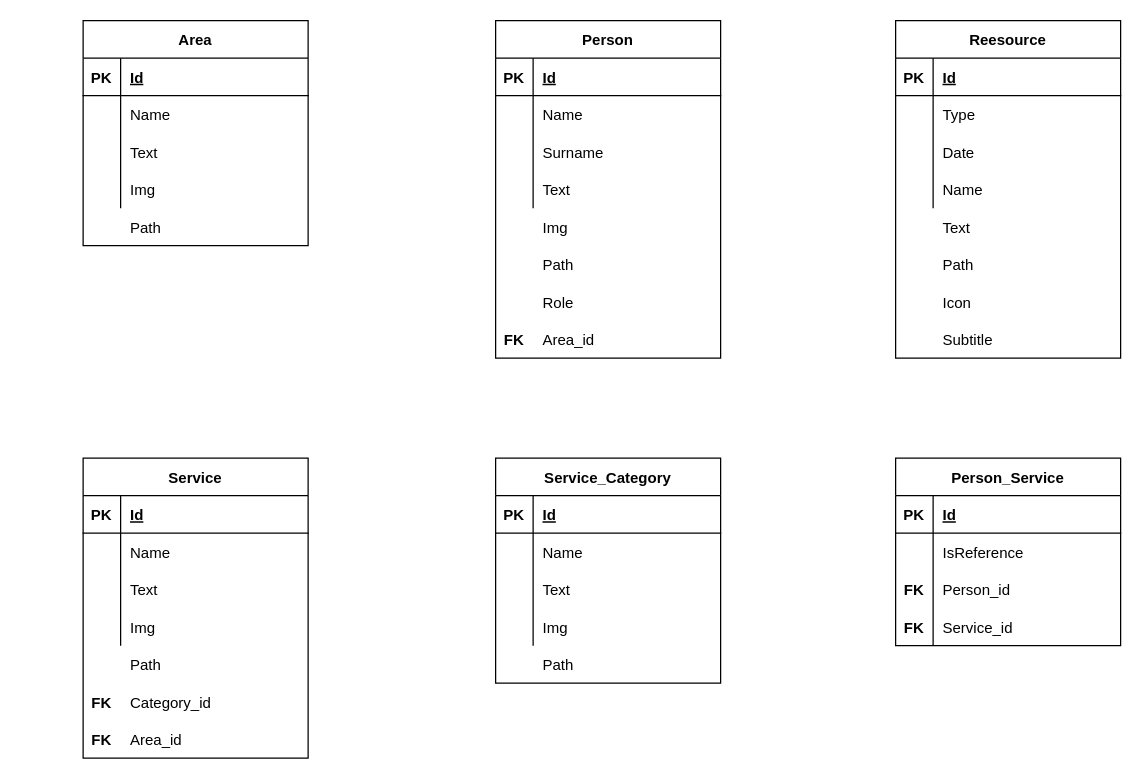
The draw.io diagram page "Logic-Model" (2 of 2) of design document/models/ER-Model.drawio in lorenzofratus/secure-network-rebrand, before the edit. Source tidied: cells renumbered, new cells numbered last; positions are measured from the earlier drawing's top-left corner, leaving out a move shared by most shapes. Both pictures are drawn from the tidied source at 125%, with x=0, y=0 at pixel (82, 20).
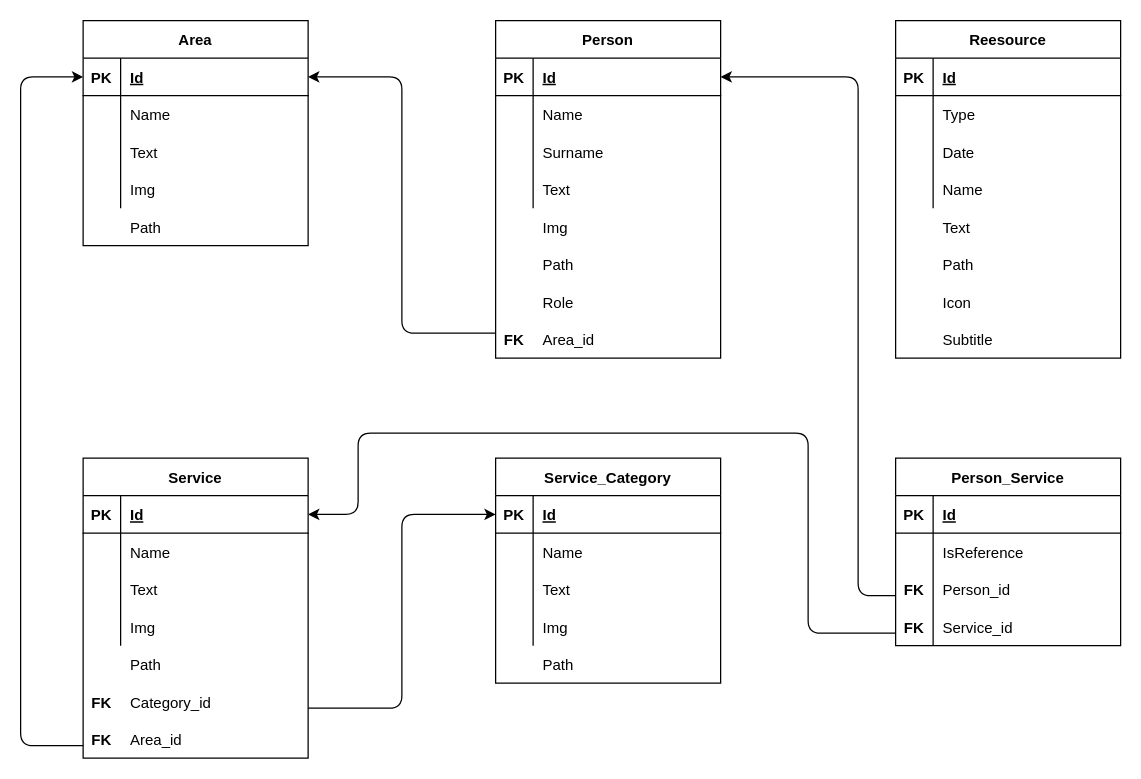
The same page after the edit.

The change refers to these unchanged cells:
```xml
<mxCell id="3" style="shape=partialRectangle;fillColor=none;top=0;left=0;bottom=1;right=0;points=[[0,0.5],[1,0.5]];portConstraint=eastwest;" parent="2" vertex="1">
  <mxGeometry y="30" width="180" height="30" as="geometry" />
</mxCell>
<mxCell id="15" value="Person" style="shape=table;startSize=30;childLayout=tableLayout;rowLines=0;fontStyle=1;align=center;fontSize=12;strokeColor=#000000;fillColor=#FFFFFF;" parent="1" vertex="1">
  <mxGeometry x="330" width="180" height="270" as="geometry" />
</mxCell>
<mxCell id="16" style="shape=partialRectangle;fillColor=none;top=0;left=0;bottom=1;right=0;points=[[0,0.5],[1,0.5]];portConstraint=eastwest;" parent="15" vertex="1">
  <mxGeometry y="30" width="180" height="30" as="geometry" />
</mxCell>
<mxCell id="52" style="shape=partialRectangle;fillColor=none;top=0;left=0;bottom=1;right=0;points=[[0,0.5],[1,0.5]];portConstraint=eastwest;" parent="51" vertex="1">
  <mxGeometry y="30" width="180" height="30" as="geometry" />
</mxCell>
<mxCell id="70" style="shape=partialRectangle;fillColor=none;top=0;left=0;bottom=1;right=0;points=[[0,0.5],[1,0.5]];portConstraint=eastwest;" parent="69" vertex="1">
  <mxGeometry y="30" width="180" height="30" as="geometry" />
</mxCell>
<mxCell id="83" value="Person_Service" style="shape=table;startSize=30;childLayout=tableLayout;rowLines=0;fontStyle=1;align=center;fontSize=12;strokeColor=#000000;fillColor=#FFFFFF;" parent="1" vertex="1">
  <mxGeometry x="650" y="350" width="180" height="150" as="geometry" />
</mxCell>
```

What changed in the source:
```diff
@@
+    <mxCell id="98" style="endArrow=classic;html=1;fontFamily=Helvetica;fontSize=11;fontColor=#000000;align=center;strokeColor=#000000;edgeStyle=orthogonalEdgeStyle;" parent="1" edge="1" source="15" target="3">
+      <mxGeometry relative="1" as="geometry">
+        <Array as="points">
+          <mxPoint x="255" y="250" />
+          <mxPoint x="255" y="45" />
+        </Array>
+      </mxGeometry>
+    </mxCell>
@@
+    <mxCell id="99" style="endArrow=classic;html=1;fontFamily=Helvetica;fontSize=11;fontColor=#000000;align=center;strokeColor=#000000;edgeStyle=elbowEdgeStyle;" parent="1" edge="1" source="83" target="16">
+      <mxGeometry relative="1" as="geometry">
+        <Array as="points">
+          <mxPoint x="620" y="460" />
+        </Array>
+      </mxGeometry>
+    </mxCell>
+    <mxCell id="100" style="endArrow=classic;html=1;fontFamily=Helvetica;fontSize=11;fontColor=#000000;align=center;strokeColor=#000000;edgeStyle=orthogonalEdgeStyle;elbow=vertical;" parent="1" edge="1" target="52">
+      <mxGeometry relative="1" as="geometry">
+        <mxPoint x="650" y="490" as="sourcePoint" />
+        <Array as="points">
+          <mxPoint x="580" y="490" />
+          <mxPoint x="580" y="330" />
+          <mxPoint x="220" y="330" />
+          <mxPoint x="220" y="395" />
+        </Array>
+      </mxGeometry>
+    </mxCell>
@@
+    <mxCell id="101" style="endArrow=classic;html=1;fontFamily=Helvetica;fontSize=11;fontColor=#000000;align=center;strokeColor=#000000;edgeStyle=orthogonalEdgeStyle;" parent="1" edge="1" target="3">
+      <mxGeometry relative="1" as="geometry">
+        <mxPoint y="580" as="sourcePoint" />
+        <Array as="points">
+          <mxPoint x="-50" y="580" />
+          <mxPoint x="-50" y="45" />
+        </Array>
+      </mxGeometry>
+    </mxCell>
+    <mxCell id="102" style="endArrow=classic;html=1;fontFamily=Helvetica;fontSize=11;fontColor=#000000;align=center;strokeColor=#000000;edgeStyle=elbowEdgeStyle;" parent="1" edge="1" target="70">
+      <mxGeometry relative="1" as="geometry">
+        <mxPoint x="180" y="550" as="sourcePoint" />
+      </mxGeometry>
+    </mxCell>
```
